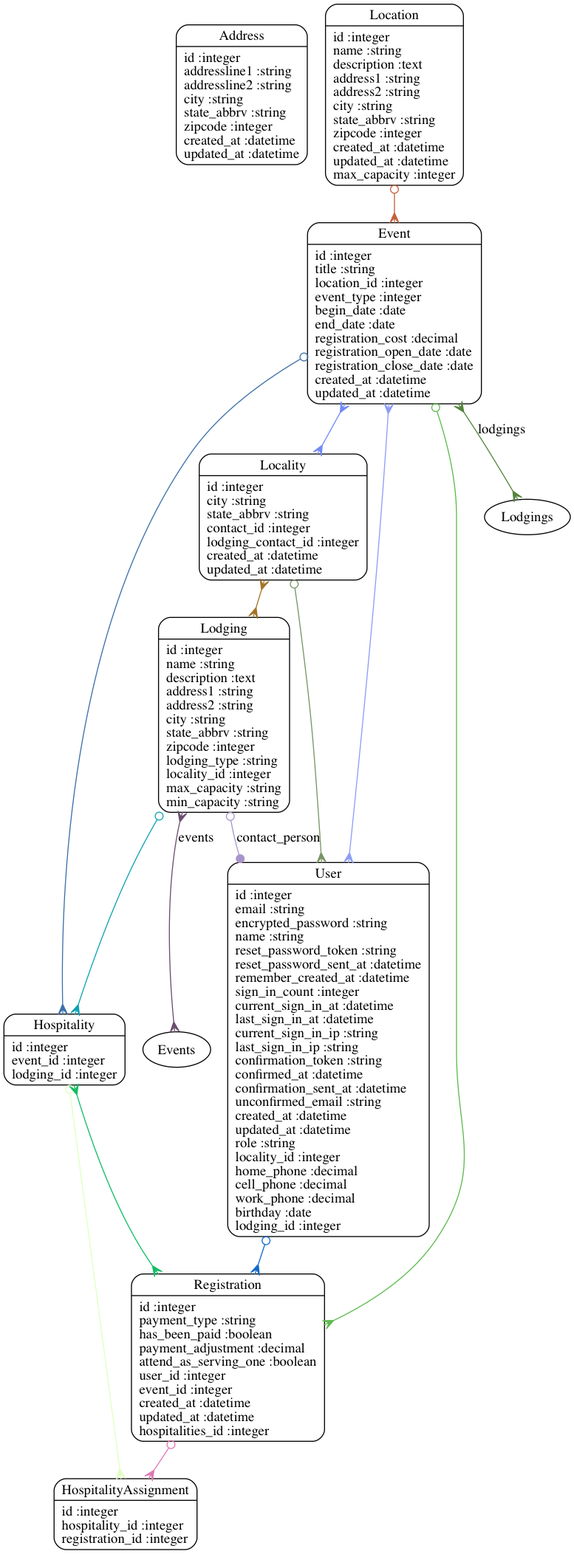
This is models.png from hdfelix/ypreg, a Graphviz export, as it was before one commit. Its source is kept beside it as models.dot.
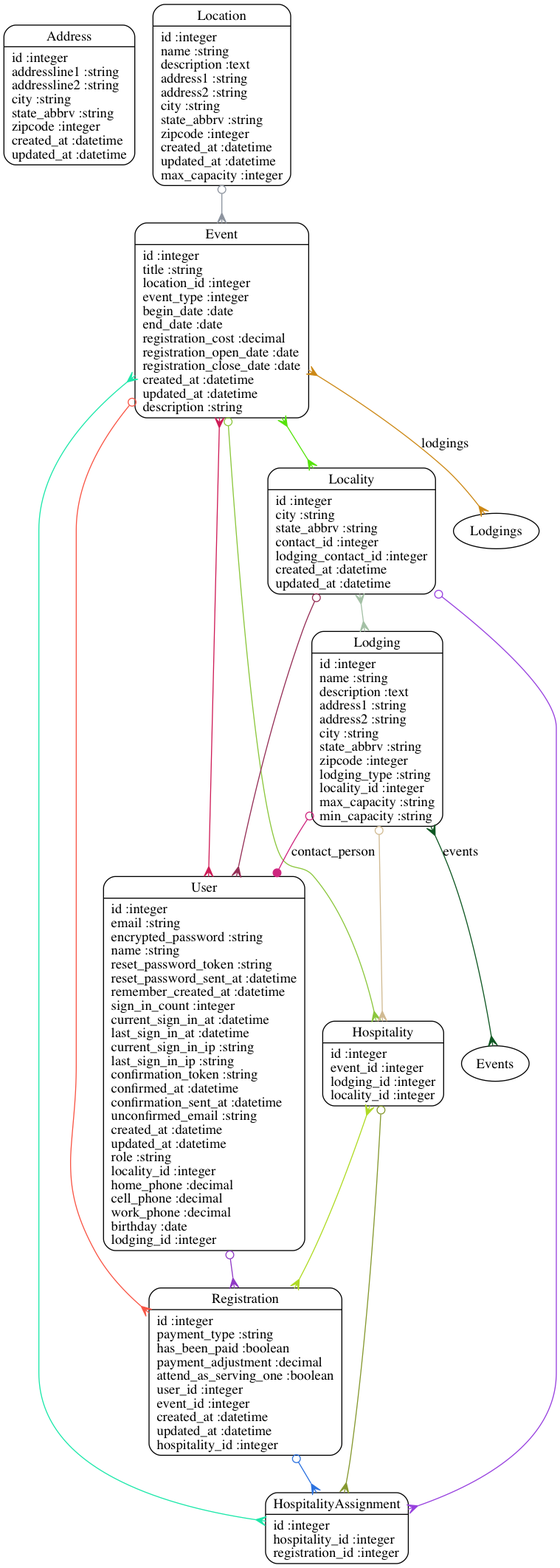
Above is the later version.

Commit message:
Hospitality Assignments

What changed in the source:
```diff
@@ -1,27 +1,29 @@
 digraph models_diagram {
 	graph[overlap=false, splines=true]
 	"Address" [shape=Mrecord, label="{Address|id :integer\laddressline1 :string\laddressline2 :string\lcity :string\lstate_abbrv :string\lzipcode :integer\lcreated_at :datetime\lupdated_at :datetime\l}"]
-	"Event" [shape=Mrecord, label="{Event|id :integer\ltitle :string\llocation_id :integer\levent_type :integer\lbegin_date :date\lend_date :date\lregistration_cost :decimal\lregistration_open_date :date\lregistration_close_date :date\lcreated_at :datetime\lupdated_at :datetime\l}"]
-	"Hospitality" [shape=Mrecord, label="{Hospitality|id :integer\levent_id :integer\llodging_id :integer\l}"]
+	"Event" [shape=Mrecord, label="{Event|id :integer\ltitle :string\llocation_id :integer\levent_type :integer\lbegin_date :date\lend_date :date\lregistration_cost :decimal\lregistration_open_date :date\lregistration_close_date :date\lcreated_at :datetime\lupdated_at :datetime\ldescription :string\l}"]
+	"Hospitality" [shape=Mrecord, label="{Hospitality|id :integer\levent_id :integer\llodging_id :integer\llocality_id :integer\l}"]
 	"HospitalityAssignment" [shape=Mrecord, label="{HospitalityAssignment|id :integer\lhospitality_id :integer\lregistration_id :integer\l}"]
 	"Locality" [shape=Mrecord, label="{Locality|id :integer\lcity :string\lstate_abbrv :string\lcontact_id :integer\llodging_contact_id :integer\lcreated_at :datetime\lupdated_at :datetime\l}"]
 	"Location" [shape=Mrecord, label="{Location|id :integer\lname :string\ldescription :text\laddress1 :string\laddress2 :string\lcity :string\lstate_abbrv :string\lzipcode :integer\lcreated_at :datetime\lupdated_at :datetime\lmax_capacity :integer\l}"]
 	"Lodging" [shape=Mrecord, label="{Lodging|id :integer\lname :string\ldescription :text\laddress1 :string\laddress2 :string\lcity :string\lstate_abbrv :string\lzipcode :integer\llodging_type :string\llocality_id :integer\lmax_capacity :string\lmin_capacity :string\l}"]
-	"Registration" [shape=Mrecord, label="{Registration|id :integer\lpayment_type :string\lhas_been_paid :boolean\lpayment_adjustment :decimal\lattend_as_serving_one :boolean\luser_id :integer\levent_id :integer\lcreated_at :datetime\lupdated_at :datetime\lhospitalities_id :integer\l}"]
+	"Registration" [shape=Mrecord, label="{Registration|id :integer\lpayment_type :string\lhas_been_paid :boolean\lpayment_adjustment :decimal\lattend_as_serving_one :boolean\luser_id :integer\levent_id :integer\lcreated_at :datetime\lupdated_at :datetime\lhospitality_id :integer\l}"]
 	"User" [shape=Mrecord, label="{User|id :integer\lemail :string\lencrypted_password :string\lname :string\lreset_password_token :string\lreset_password_sent_at :datetime\lremember_created_at :datetime\lsign_in_count :integer\lcurrent_sign_in_at :datetime\llast_sign_in_at :datetime\lcurrent_sign_in_ip :string\llast_sign_in_ip :string\lconfirmation_token :string\lconfirmed_at :datetime\lconfirmation_sent_at :datetime\lunconfirmed_email :string\lcreated_at :datetime\lupdated_at :datetime\lrole :string\llocality_id :integer\lhome_phone :decimal\lcell_phone :decimal\lwork_phone :decimal\lbirthday :date\llodging_id :integer\l}"]
-	"Event" -> "Registration" [arrowtail=odot, arrowhead=crow, dir=both color="#5EB94F"]
-	"Event" -> "User" [arrowtail=crow, arrowhead=crow, dir=both color="#8E9CF7"]
-	"Event" -> "Locality" [arrowtail=crow, arrowhead=crow, dir=both color="#7289F8"]
-	"Event" -> "Hospitality" [arrowtail=odot, arrowhead=crow, dir=both color="#3C6FA9"]
-	"Event" -> "Lodgings" [label="lodgings", arrowtail=crow, arrowhead=crow, dir=both color="#53843D"]
-	"Hospitality" -> "HospitalityAssignment" [arrowtail=odot, arrowhead=crow, dir=both color="#E1FDC2"]
-	"Hospitality" -> "Registration" [arrowtail=crow, arrowhead=crow, dir=both color="#11BD64"]
-	"Locality" -> "User" [arrowtail=odot, arrowhead=crow, dir=both color="#789465"]
-	"Locality" -> "Lodging" [arrowtail=crow, arrowhead=crow, dir=both color="#A37328"]
-	"Location" -> "Event" [arrowtail=odot, arrowhead=crow, dir=both color="#C55F3B"]
-	"Lodging" -> "Hospitality" [arrowtail=odot, arrowhead=crow, dir=both color="#10A1B2"]
-	"Lodging" -> "Events" [label="events", arrowtail=crow, arrowhead=crow, dir=both color="#6A4E6E"]
-	"Lodging" -> "User" [label="contact_person", arrowtail=odot, arrowhead=dot, dir=both color="#A894CA"]
-	"Registration" -> "HospitalityAssignment" [arrowtail=odot, arrowhead=crow, dir=both color="#DD79B4"]
-	"User" -> "Registration" [arrowtail=odot, arrowhead=crow, dir=both color="#1367C8"]
+	"Event" -> "Registration" [arrowtail=odot, arrowhead=crow, dir=both color="#F85545"]
+	"Event" -> "User" [arrowtail=crow, arrowhead=crow, dir=both color="#CE1C57"]
+	"Event" -> "Locality" [arrowtail=crow, arrowhead=crow, dir=both color="#56E30C"]
+	"Event" -> "Hospitality" [arrowtail=odot, arrowhead=crow, dir=both color="#8BC63C"]
+	"Event" -> "Lodgings" [label="lodgings", arrowtail=crow, arrowhead=crow, dir=both color="#CC8815"]
+	"Event" -> "HospitalityAssignment" [arrowtail=crow, arrowhead=crow, dir=both color="#1CE7A9"]
+	"Hospitality" -> "HospitalityAssignment" [arrowtail=odot, arrowhead=crow, dir=both color="#85982F"]
+	"Hospitality" -> "Registration" [arrowtail=crow, arrowhead=crow, dir=both color="#AFDA24"]
+	"Locality" -> "User" [arrowtail=odot, arrowhead=crow, dir=both color="#952E56"]
+	"Locality" -> "HospitalityAssignment" [arrowtail=odot, arrowhead=crow, dir=both color="#9740DE"]
+	"Locality" -> "Lodging" [arrowtail=crow, arrowhead=crow, dir=both color="#A3C0A5"]
+	"Location" -> "Event" [arrowtail=odot, arrowhead=crow, dir=both color="#8C939E"]
+	"Lodging" -> "Hospitality" [arrowtail=odot, arrowhead=crow, dir=both color="#D0BA92"]
+	"Lodging" -> "Events" [label="events", arrowtail=crow, arrowhead=crow, dir=both color="#0E5722"]
+	"Lodging" -> "User" [label="contact_person", arrowtail=odot, arrowhead=dot, dir=both color="#CE267F"]
+	"Registration" -> "HospitalityAssignment" [arrowtail=odot, arrowhead=crow, dir=both color="#2C72DF"]
+	"User" -> "Registration" [arrowtail=odot, arrowhead=crow, dir=both color="#9039C5"]
 }
```
